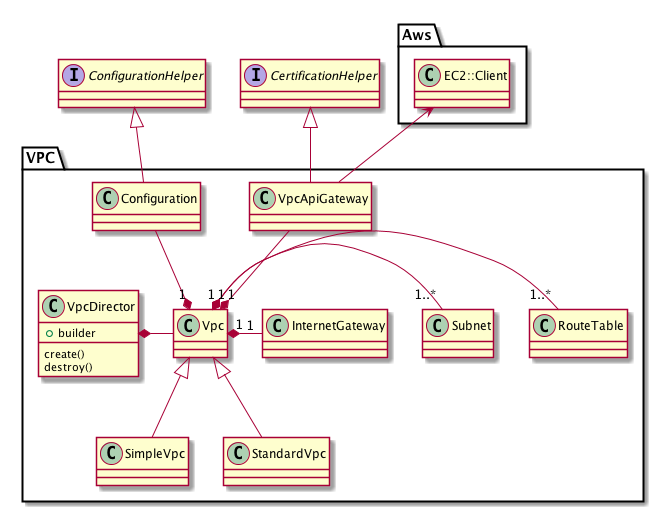
Before: docs/dev/vpc/images/core_model.png, a diagram exported from PlantUML (k2works/etude_for_aws). Its diagram source:
```plantuml
@startuml

package Aws {
  class EC2::Client
}

Interface CertificationHelper
Interface ConfigurationHelper

package VPC {
  class VpcDirector {
    + builder
    create()
    destroy()
  }

  VpcApiGateway -u-> EC2::Client
  CertificationHelper <|-- VpcApiGateway
  ConfigurationHelper <|-- Configuration

  Vpc "1" *-u- Configuration
  Vpc "1" *-u- VpcApiGateway
  Vpc "1" *-r- "1..*" Subnet
  Vpc "1" *-r- "1" InternetGateway
  Vpc "1" *-r- "1..*" RouteTable
  Vpc <|-- SimpleVpc
  Vpc <|-- StandardVpc
  VpcDirector *-r- Vpc

}

@enduml
```
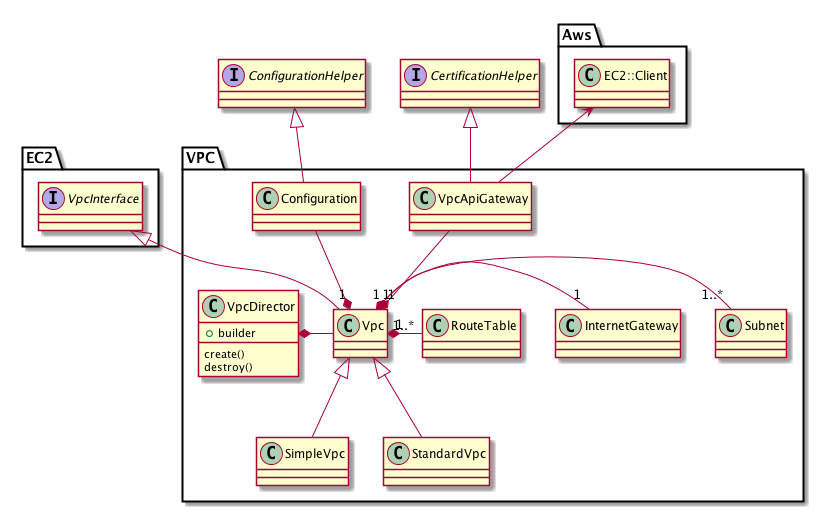
The same file after the commit.

Diff of the diagram source:
```diff
@@ -2,6 +2,10 @@
 
 package Aws {
   class EC2::Client
+}
+
+package EC2 {
+  Interface VpcInterface
 }
 
 Interface CertificationHelper
@@ -18,6 +22,7 @@
   CertificationHelper <|-- VpcApiGateway
   ConfigurationHelper <|-- Configuration
 
+  VpcInterface <|-r- Vpc
   Vpc "1" *-u- Configuration
   Vpc "1" *-u- VpcApiGateway
   Vpc "1" *-r- "1..*" Subnet
```
